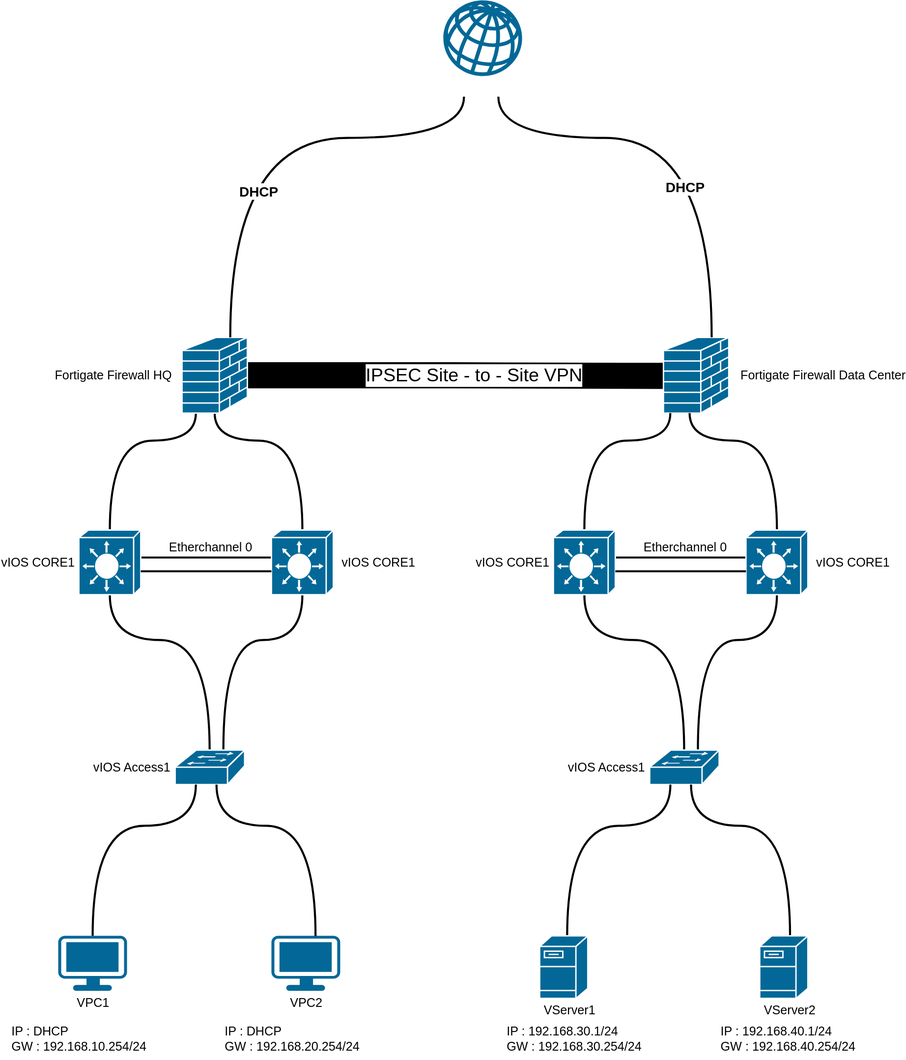
This is Projects/03 EVE-NG MultiVendor_FortinetVPN_Cisco_Huawei/Network Diagram Fortigate IPsec Site-to-Site VPN.svg from PONDpts07/Portfolio, a draw.io export, as it was before one commit. Source tidied: cells renumbered, new cells last; positions are measured from the earlier drawing's top-left corner, leaving out a move shared by most shapes.
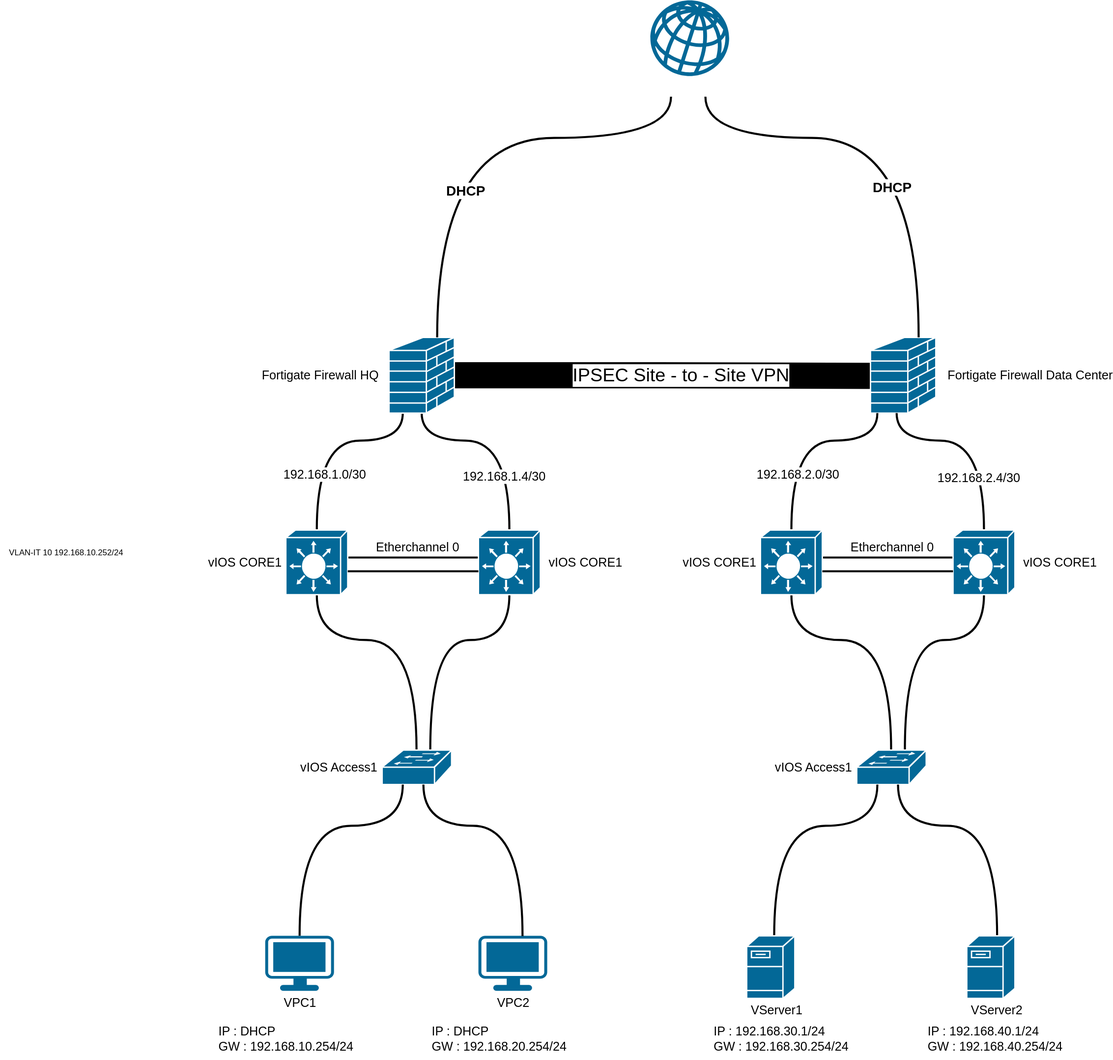
Above is the later version.

The edit, as a diff of the source:
```diff
@@ -23,6 +23,11 @@
         </Array>
       </mxGeometry>
     </mxCell>
+    <mxCell id="43" value="192.168.1.0/30" style="edgeLabel;html=1;align=center;verticalAlign=middle;fontSize=18;" parent="4" vertex="1">
+      <mxGeometry x="0.43" y="10" relative="1" as="geometry">
+        <mxPoint y="1" as="offset" />
+      </mxGeometry>
+    </mxCell>
     <mxCell id="5" style="edgeStyle=orthogonalEdgeStyle;rounded=0;jettySize=auto;html=1;curved=1;endArrow=none;endFill=0;strokeWidth=3;" parent="1" edge="1" source="6" target="17">
       <mxGeometry relative="1" as="geometry">
         <Array as="points">
@@ -31,6 +36,9 @@
         </Array>
       </mxGeometry>
     </mxCell>
+    <mxCell id="44" value="192.168.1.4/30" style="edgeLabel;html=1;align=center;verticalAlign=middle;fontSize=18;" parent="5" vertex="1">
+      <mxGeometry x="0.47" y="-9" relative="1" as="geometry" />
+    </mxCell>
     <mxCell id="6" value="Fortigate Firewall HQ" style="shape=mxgraph.cisco.security.firewall;sketch=0;html=1;dashed=0;fillColor=#036897;strokeColor=#ffffff;strokeWidth=2;verticalLabelPosition=middle;verticalAlign=middle;align=right;outlineConnect=0;fontSize=18;labelPosition=left;spacingLeft=15;spacingRight=14;" parent="1" vertex="1">
       <mxGeometry x="250" y="490" width="95" height="110" as="geometry" />
     </mxCell>
@@ -151,6 +159,9 @@
         </Array>
       </mxGeometry>
     </mxCell>
+    <mxCell id="45" value="192.168.2.0/30" style="edgeLabel;html=1;align=center;verticalAlign=middle;fontSize=18;" parent="27" vertex="1">
+      <mxGeometry x="0.44" y="8" relative="1" as="geometry" />
+    </mxCell>
     <mxCell id="28" style="edgeStyle=orthogonalEdgeStyle;rounded=0;jettySize=auto;html=1;curved=1;endArrow=none;endFill=0;strokeWidth=3;" parent="1" edge="1" target="33">
       <mxGeometry relative="1" as="geometry">
         <mxPoint x="988" y="600" as="sourcePoint" />
@@ -160,6 +171,9 @@
         </Array>
       </mxGeometry>
     </mxCell>
+    <mxCell id="46" value="192.168.2.4/30" style="edgeLabel;html=1;align=center;verticalAlign=middle;fontSize=18;" parent="28" vertex="1">
+      <mxGeometry x="0.48" y="-9" relative="1" as="geometry" />
+    </mxCell>
     <mxCell id="29" style="edgeStyle=orthogonalEdgeStyle;rounded=0;jettySize=auto;html=1;curved=1;endArrow=none;endFill=0;strokeWidth=3;" parent="1" edge="1" source="31" target="34">
       <mxGeometry relative="1" as="geometry">
         <Array as="points">
@@ -236,5 +250,8 @@
     <mxCell id="42" value="VServer2" style="shape=mxgraph.cisco.servers.fileserver;sketch=0;html=1;dashed=0;fillColor=#036897;strokeColor=#ffffff;strokeWidth=2;verticalLabelPosition=bottom;verticalAlign=top;align=center;labelPosition=center;spacingLeft=15;fontSize=18;" parent="1" vertex="1">
       <mxGeometry x="1090" y="1360" width="70" height="91" as="geometry" />
     </mxCell>
+    <mxCell id="47" value="VLAN-IT 10 192.168.10.252/24" style="text;html=1;align=center;verticalAlign=middle;strokeColor=none;fillColor=none;" parent="1" vertex="1">
+      <mxGeometry x="-315" y="788" width="190" height="30" as="geometry" />
+    </mxCell>
   </root>
 </mxGraphModel>
```
